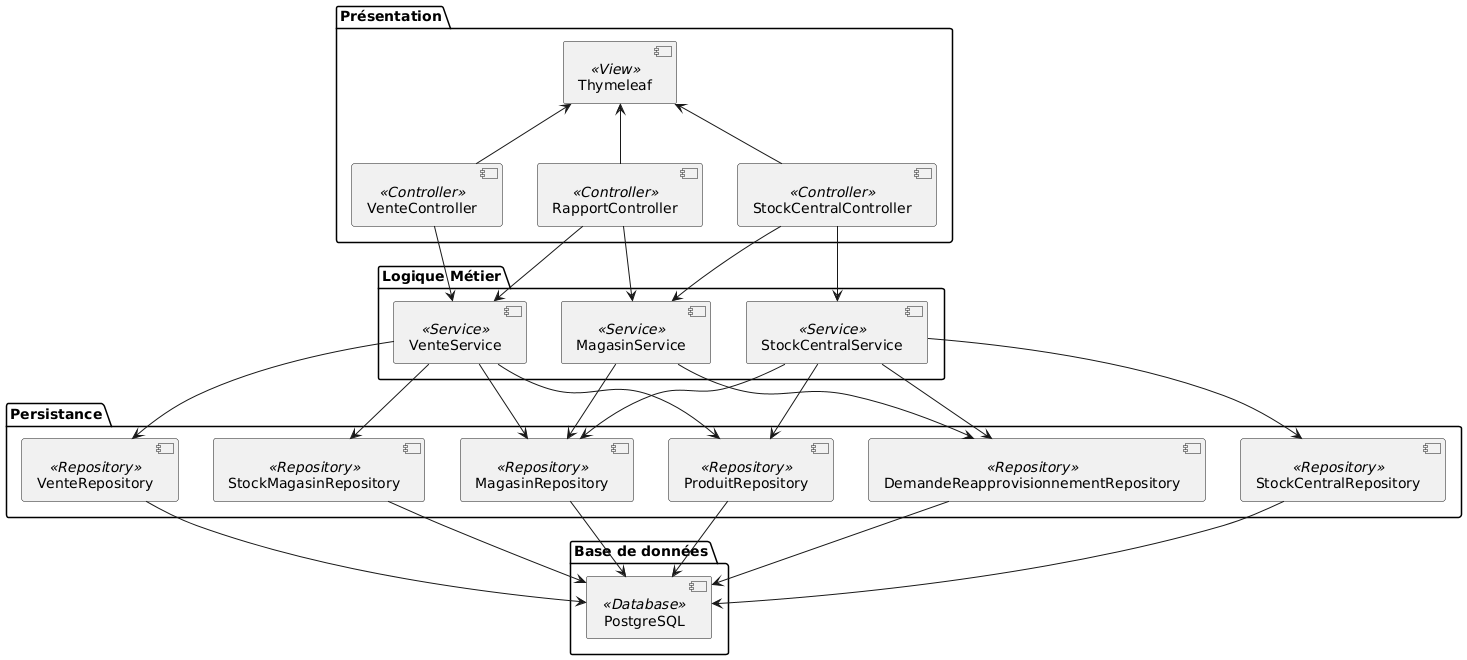
The PlantUML diagram img/diagrammeComposants.png in Anass1707/LOG430-labos, before a commit.
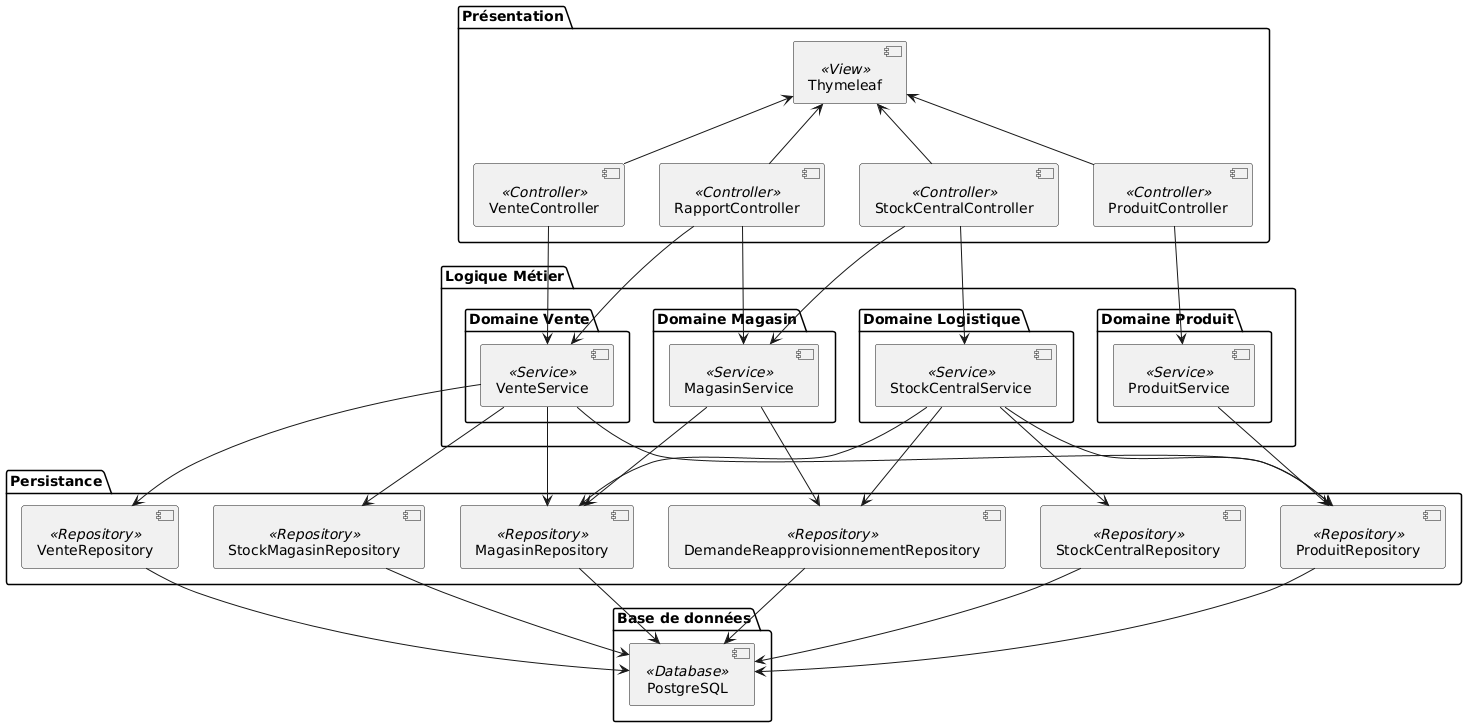
After the commit.

Commit message:
maj du rapport et ajustement diagramme de composants

Change to the diagram source:
```diff
@@ -3,13 +3,23 @@
   [VenteController] <<Controller>>
   [RapportController] <<Controller>>
   [StockCentralController] <<Controller>>
+  [ProduitController] <<Controller>>
   [Thymeleaf] <<View>>
 }
 
 package "Logique Métier" {
-  [MagasinService] <<Service>>
-  [StockCentralService] <<Service>>
-  [VenteService] <<Service>>
+  package "Domaine Magasin" {
+    [MagasinService] <<Service>>
+  }
+  package "Domaine Logistique" {
+    [StockCentralService] <<Service>>
+  }
+  package "Domaine Vente" {
+    [VenteService] <<Service>>
+  }
+  package "Domaine Produit" {
+    [ProduitService] <<Service>>
+  }
 }
 
 package "Persistance" {
@@ -26,12 +36,14 @@
 [VenteController] -up-> [Thymeleaf]
 [RapportController] -up-> [Thymeleaf]
 [StockCentralController] -up-> [Thymeleaf]
+[ProduitController] -up-> [Thymeleaf]
 
 [VenteController] --> [VenteService]
 [RapportController] --> [MagasinService]
 [StockCentralController] --> [MagasinService]
 [RapportController] --> [VenteService]
 [StockCentralController] --> [StockCentralService]
+[ProduitController] --> [ProduitService]
 
 
 [MagasinService] --> [MagasinRepository]
@@ -44,6 +56,7 @@
 [VenteService] --> [MagasinRepository]
 [VenteService] --> [ProduitRepository]
 [VenteService] --> [StockMagasinRepository]
+[ProduitService] --> [ProduitRepository]
 
 [MagasinRepository] --> [PostgreSQL]
 [VenteRepository] --> [PostgreSQL]
```
